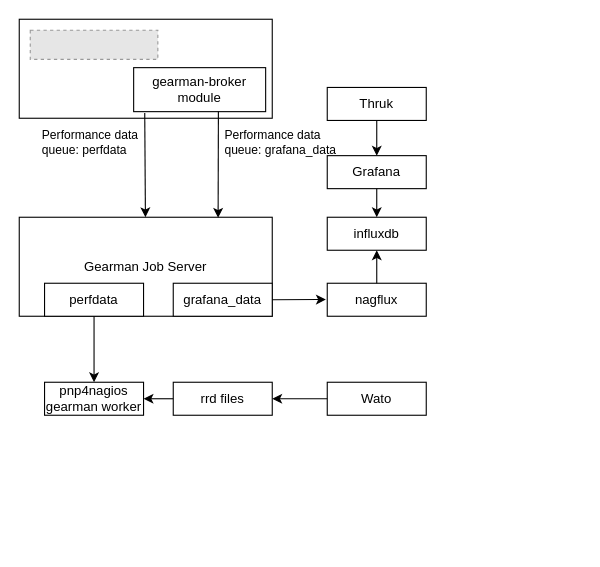
The draw.io diagram misc/dataflow.drawio in Madic-/ansible-check_mk, before the edit. Source tidied: cells renumbered, new cells numbered last; positions are measured from the earlier drawing's top-left corner, leaving out a move shared by most shapes. Both pictures are drawn from the tidied source at 110%, with x=0, y=0 at pixel (19, 19). Pictures stored in the file or linked from it are replaced by grey dashed boxes.
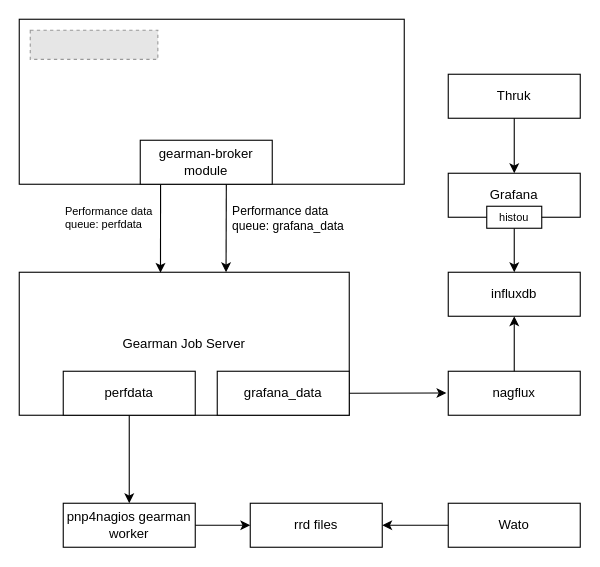
After the change.

The edit, as a diff of the source:
```diff
@@
     <mxCell id="2" style="rounded=0;whiteSpace=wrap;html=1;" parent="1" vertex="1">
-      <mxGeometry width="230" height="90" as="geometry" />
+      <mxGeometry width="350" height="150" as="geometry" />
     </mxCell>
@@
     <mxCell id="4" value="gearman-broker module" style="rounded=0;whiteSpace=wrap;html=1;" parent="1" vertex="1">
-      <mxGeometry x="104" y="44" width="120" height="40" as="geometry" />
+      <mxGeometry x="110" y="110" width="120" height="40" as="geometry" />
     </mxCell>
     <mxCell id="5" value="Gearman Job Server" style="rounded=0;whiteSpace=wrap;html=1;" parent="1" vertex="1">
-      <mxGeometry y="180" width="230" height="90" as="geometry" />
+      <mxGeometry y="230" width="300" height="130" as="geometry" />
     </mxCell>
-    <mxCell id="6" style="endArrow=classic;html=1;exitX=0.084;exitY=1.03;exitDx=0;exitDy=0;exitPerimeter=0;" parent="1" edge="1" source="4" target="5">
-      <mxGeometry relative="1" as="geometry" />
-    </mxCell>
-    <mxCell id="7" value="Performance data&lt;br&gt;&lt;div&gt;queue: perfdata&lt;/div&gt;" style="edgeLabel;html=1;align=left;verticalAlign=middle;" parent="6" vertex="1">
-      <mxGeometry x="0.21" y="2" relative="1" as="geometry">
-        <mxPoint x="-97" y="-31.1" as="offset" />
-      </mxGeometry>
-    </mxCell>
-    <mxCell id="8" style="endArrow=classic;html=1;entryX=0.786;entryY=0.006;entryDx=0;entryDy=0;entryPerimeter=0;exitX=0.642;exitY=0.995;exitDx=0;exitDy=0;exitPerimeter=0;" parent="1" edge="1" source="4" target="5">
-      <mxGeometry relative="1" as="geometry" />
+    <mxCell id="8" style="endArrow=classic;html=1;exitX=0.652;exitY=0.999;exitDx=0;exitDy=0;exitPerimeter=0;" parent="1" edge="1" source="4">
+      <mxGeometry relative="1" as="geometry">
+        <mxPoint x="188" y="230" as="targetPoint" />
+      </mxGeometry>
     </mxCell>
     <mxCell id="9" value="&lt;div&gt;Performance data&lt;br&gt;&lt;/div&gt;&lt;div&gt;queue: grafana_data&lt;/div&gt;" style="edgeLabel;html=1;align=left;verticalAlign=middle;" parent="8" vertex="1">
       <mxGeometry x="0.4" y="1" relative="1" as="geometry">
-        <mxPoint x="3.3" y="-40.8" as="offset" />
+        <mxPoint x="3.3" y="-25.8" as="offset" />
       </mxGeometry>
     </mxCell>
     <mxCell id="10" value="grafana_data" style="rounded=0;whiteSpace=wrap;html=1;align=center;" parent="1" vertex="1">
-      <mxGeometry x="140" y="240" width="90" height="30" as="geometry" />
+      <mxGeometry x="180" y="320" width="120" height="40" as="geometry" />
     </mxCell>
     <mxCell id="11" value="perfdata" style="rounded=0;whiteSpace=wrap;html=1;align=center;" parent="1" vertex="1">
-      <mxGeometry x="23" y="240" width="90" height="30" as="geometry" />
+      <mxGeometry x="40" y="320" width="120" height="40" as="geometry" />
     </mxCell>
@@
     <mxCell id="13" value="rrd files" style="rounded=0;whiteSpace=wrap;html=1;align=center;" parent="1" vertex="1">
-      <mxGeometry x="140" y="330" width="90" height="30" as="geometry" />
+      <mxGeometry x="210" y="440" width="120" height="40" as="geometry" />
     </mxCell>
     <mxCell id="14" value="nagflux" style="rounded=0;whiteSpace=wrap;html=1;align=center;" parent="1" vertex="1">
-      <mxGeometry x="280" y="240" width="90" height="30" as="geometry" />
+      <mxGeometry x="390" y="320" width="120" height="40" as="geometry" />
     </mxCell>
@@
     <mxCell id="16" value="influxdb" style="rounded=0;whiteSpace=wrap;html=1;align=center;" parent="1" vertex="1">
-      <mxGeometry x="280" y="180" width="90" height="30" as="geometry" />
+      <mxGeometry x="390" y="230" width="120" height="40" as="geometry" />
     </mxCell>
@@
-    <mxCell id="18" value="Grafana" style="rounded=0;whiteSpace=wrap;html=1;align=center;" parent="1" vertex="1">
-      <mxGeometry x="280" y="124" width="90" height="30" as="geometry" />
-    </mxCell>
-    <mxCell id="19" style="endArrow=classic;html=1;entryX=0.5;entryY=0;entryDx=0;entryDy=0;exitX=0.5;exitY=1;exitDx=0;exitDy=0;" parent="1" edge="1" source="18" target="16">
+    <mxCell id="19" style="endArrow=classic;html=1;entryX=0.5;entryY=0;entryDx=0;entryDy=0;exitX=0.5;exitY=1;exitDx=0;exitDy=0;" parent="1" edge="1" source="27" target="16">
       <mxGeometry relative="1" as="geometry" />
     </mxCell>
     <mxCell id="20" value="Thruk" style="rounded=0;whiteSpace=wrap;html=1;align=center;" parent="1" vertex="1">
-      <mxGeometry x="280" y="62" width="90" height="30" as="geometry" />
+      <mxGeometry x="390" y="50" width="120" height="40" as="geometry" />
     </mxCell>
@@
     <mxCell id="22" value="Wato" style="rounded=0;whiteSpace=wrap;html=1;align=center;" parent="1" vertex="1">
-      <mxGeometry x="280" y="330" width="90" height="30" as="geometry" />
+      <mxGeometry x="390" y="440" width="120" height="40" as="geometry" />
     </mxCell>
@@
     <mxCell id="24" value="pnp4nagios gearman worker" style="rounded=0;whiteSpace=wrap;html=1;align=center;" parent="1" vertex="1">
-      <mxGeometry x="23" y="330" width="90" height="30" as="geometry" />
+      <mxGeometry x="40" y="440" width="120" height="40" as="geometry" />
     </mxCell>
-    <mxCell id="25" style="endArrow=classic;html=1;exitX=0;exitY=0.5;exitDx=0;exitDy=0;entryX=1;entryY=0.5;entryDx=0;entryDy=0;" parent="1" edge="1" source="13" target="24">
+    <mxCell id="25" style="endArrow=classic;html=1;exitX=1;exitY=0.5;exitDx=0;exitDy=0;entryX=0;entryY=0.5;entryDx=0;entryDy=0;" parent="1" edge="1" source="24" target="13">
       <mxGeometry relative="1" as="geometry" />
     </mxCell>
+    <mxCell id="6" style="endArrow=classic;html=1;fontSize=10;entryX=0.428;entryY=0.004;entryDx=0;entryDy=0;entryPerimeter=0;exitX=0.154;exitY=1.013;exitDx=0;exitDy=0;exitPerimeter=0;" parent="1" edge="1" source="4" target="5">
+      <mxGeometry relative="1" as="geometry" />
+    </mxCell>
+    <mxCell id="7" value="&lt;div&gt;Performance data&lt;/div&gt;&lt;div&gt;queue: perfdata&lt;br&gt;&lt;/div&gt;" style="edgeLabel;html=1;align=left;verticalAlign=middle;fontSize=10;" parent="6" vertex="1">
+      <mxGeometry x="-0.15" relative="1" as="geometry">
+        <mxPoint x="-88.5" y="-4.7" as="offset" />
+      </mxGeometry>
+    </mxCell>
+    <mxCell id="26" style="endArrow=classic;html=1;entryX=0.5;entryY=0;entryDx=0;entryDy=0;exitX=0.5;exitY=1;exitDx=0;exitDy=0;" parent="1" edge="1" source="18" target="27">
+      <mxGeometry relative="1" as="geometry" />
+    </mxCell>
+    <mxCell id="18" value="Grafana" style="rounded=0;whiteSpace=wrap;html=1;align=center;" parent="1" vertex="1">
+      <mxGeometry x="390" y="140" width="120" height="40" as="geometry" />
+    </mxCell>
+    <mxCell id="27" value="histou" style="rounded=0;whiteSpace=wrap;html=1;fontSize=10;align=center;" parent="1" vertex="1">
+      <mxGeometry x="425" y="170" width="50" height="20" as="geometry" />
+    </mxCell>
```
